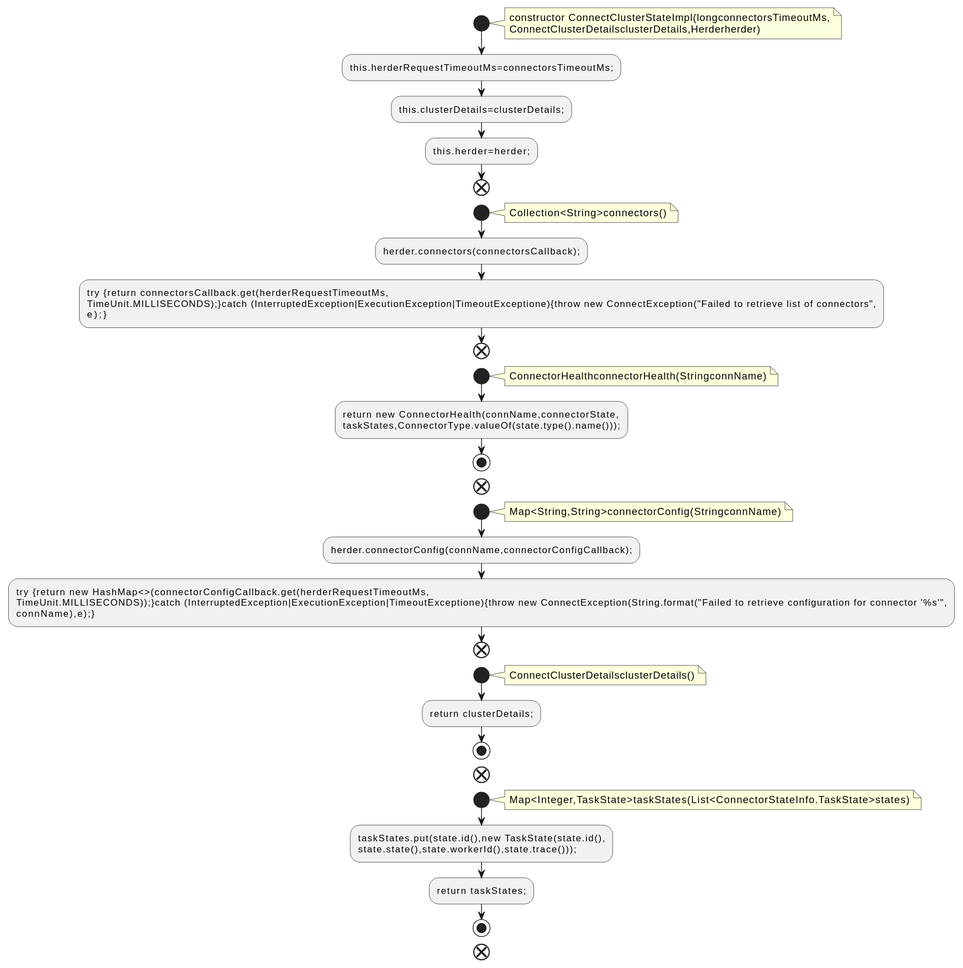
qualitesys/kafka keeps this PlantUML diagram as docs/qc/connect/runtime/src/main/java/org/apache/kafka/connect/runtime/health/ConnectClusterStateImpl.java.fct.svg. Above is the earlier version.
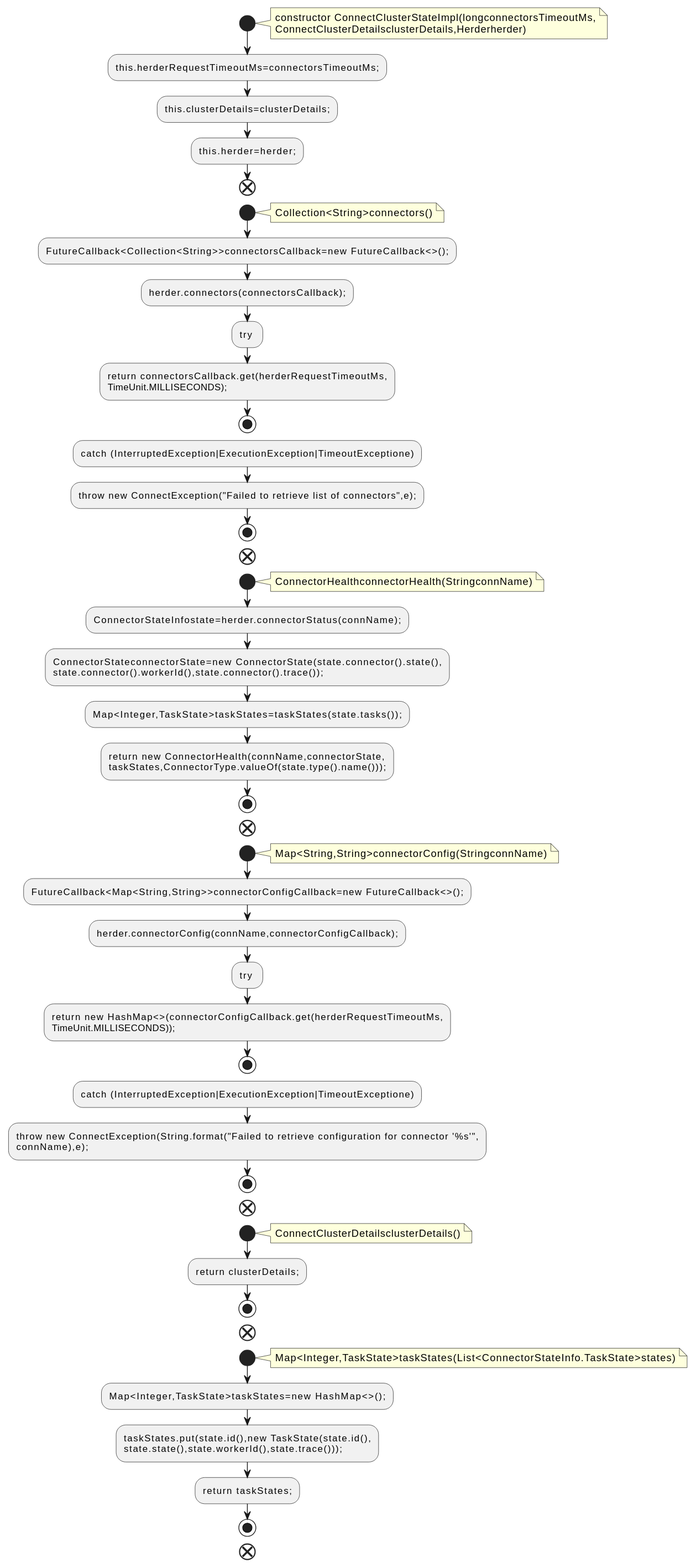
After the change.

What changed in the source:
```diff
@@ -13,15 +13,24 @@
 note right
 Collection<String>connectors()
 end note
+:FutureCallback<Collection<String>>connectorsCallback=new FutureCallback<>();;
 :herder.connectors(connectorsCallback);;
-:try {return connectorsCallback.get(herderRequestTimeoutMs,
-TimeUnit.MILLISECONDS);}catch (InterruptedException|ExecutionException|TimeoutExceptione){throw new ConnectException("Failed to retrieve list of connectors",
-e);};
+:try ;
+:return connectorsCallback.get(herderRequestTimeoutMs,
+TimeUnit.MILLISECONDS);;
+stop
+:catch (InterruptedException|ExecutionException|TimeoutExceptione);
+:throw new ConnectException("Failed to retrieve list of connectors",e);;
+stop
 end
 start
 note right
 ConnectorHealthconnectorHealth(StringconnName)
 end note
+:ConnectorStateInfostate=herder.connectorStatus(connName);;
+:ConnectorStateconnectorState=new ConnectorState(state.connector().state(),
+state.connector().workerId(),state.connector().trace());;
+:Map<Integer,TaskState>taskStates=taskStates(state.tasks());;
 :return new ConnectorHealth(connName,connectorState,
 taskStates,ConnectorType.valueOf(state.type().name()));;
 stop
@@ -30,10 +39,16 @@
 note right
 Map<String,String>connectorConfig(StringconnName)
 end note
+:FutureCallback<Map<String,String>>connectorConfigCallback=new FutureCallback<>();;
 :herder.connectorConfig(connName,connectorConfigCallback);;
-:try {return new HashMap<>(connectorConfigCallback.get(herderRequestTimeoutMs,
-TimeUnit.MILLISECONDS));}catch (InterruptedException|ExecutionException|TimeoutExceptione){throw new ConnectException(String.format("Failed to retrieve configuration for connector '%s'",
-connName),e);};
+:try ;
+:return new HashMap<>(connectorConfigCallback.get(herderRequestTimeoutMs,
+TimeUnit.MILLISECONDS));;
+stop
+:catch (InterruptedException|ExecutionException|TimeoutExceptione);
+:throw new ConnectException(String.format("Failed to retrieve configuration for connector '%s'",
+connName),e);;
+stop
 end
 start
 note right
@@ -46,6 +61,7 @@
 note right
 Map<Integer,TaskState>taskStates(List<ConnectorStateInfo.TaskState>states)
 end note
+:Map<Integer,TaskState>taskStates=new HashMap<>();;
 :taskStates.put(state.id(),new TaskState(state.id(),
 state.state(),state.workerId(),state.trace()));;
 :return taskStates;;
```
